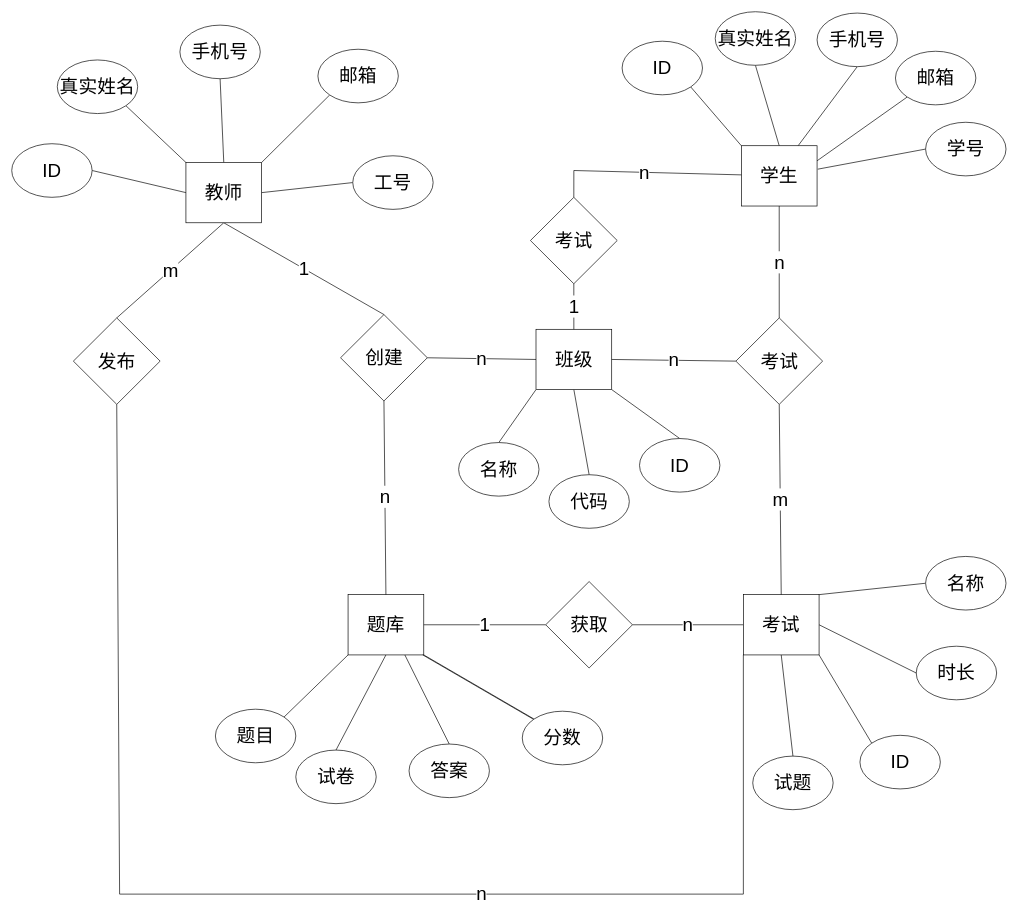
Above: examinationSystemVue/src/4-4-1.drawio in Sakeyuan/Web-ExaminationSystem (draw.io), before the change. Source tidied: cells renumbered, new cells numbered last; positions are measured from the earlier drawing's top-left corner, leaving out a move shared by most shapes. Both pictures are drawn from the tidied source at 67%, with x=0, y=0 at pixel (11, 11).
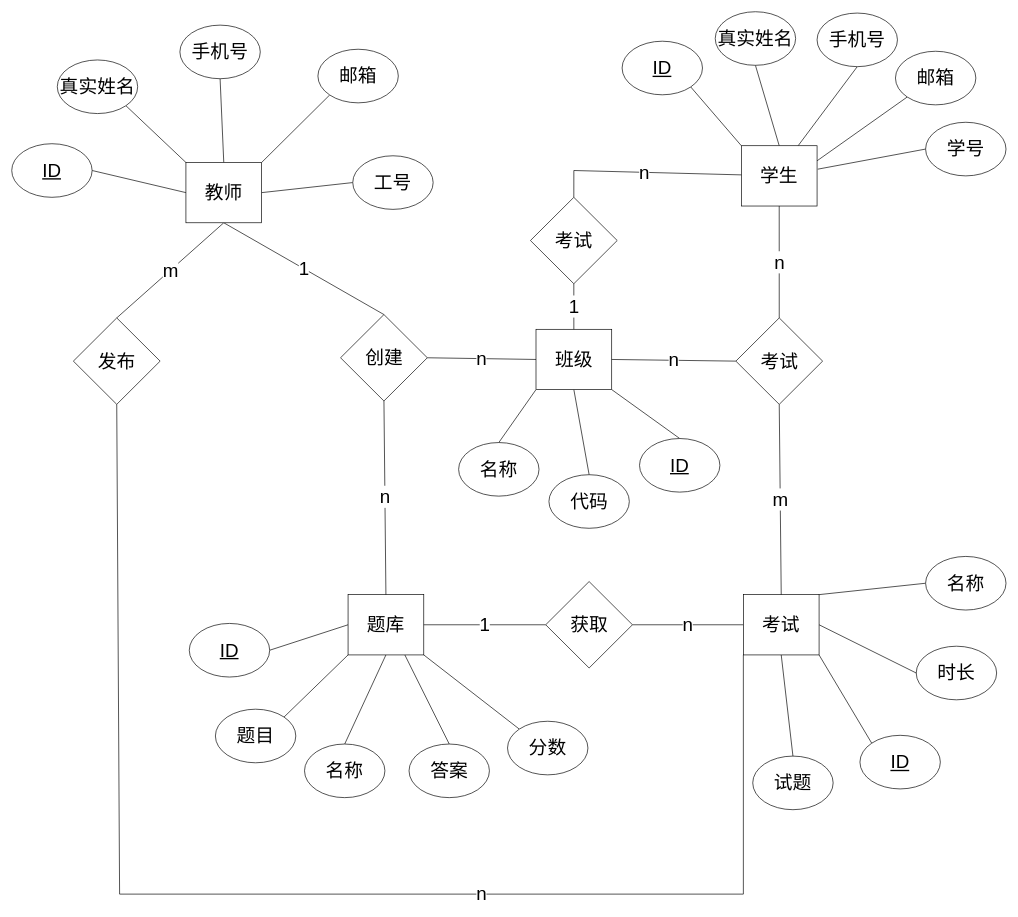
The same page after the edit.

The change refers to these unchanged cells:
```xml
<mxCell id="21" value="题库" style="rounded=0;whiteSpace=wrap;html=1;fontSize=28;fillColor=#FFFFFF;strokeColor=#000000;fontColor=#000000;" parent="1" vertex="1">
  <mxGeometry x="502" y="870" width="113" height="90" as="geometry" />
</mxCell>
```

Change to the diagram source:
```diff
@@
-    <mxCell id="9" value="ID" style="ellipse;whiteSpace=wrap;html=1;fontSize=28;fillColor=#FFFFFF;strokeColor=#000000;fontColor=#000000;" parent="1" vertex="1">
+    <mxCell id="9" value="&lt;u&gt;ID&lt;/u&gt;" style="ellipse;whiteSpace=wrap;html=1;fontSize=28;fillColor=#FFFFFF;strokeColor=#000000;fontColor=#000000;" parent="1" vertex="1">
       <mxGeometry x="911" y="44" width="120" height="80" as="geometry" />
     </mxCell>
@@
-    <mxCell id="15" value="ID" style="ellipse;whiteSpace=wrap;html=1;fontSize=28;fillColor=#FFFFFF;strokeColor=#000000;fontColor=#000000;" parent="1" vertex="1">
+    <mxCell id="15" value="&lt;u&gt;ID&lt;/u&gt;" style="ellipse;whiteSpace=wrap;html=1;fontSize=28;fillColor=#FFFFFF;strokeColor=#000000;fontColor=#000000;" parent="1" vertex="1">
       <mxGeometry x="1266" y="1080" width="120" height="80" as="geometry" />
     </mxCell>
@@
+    <mxCell id="67" style="edgeStyle=none;html=1;exitX=0;exitY=0.5;exitDx=0;exitDy=0;entryX=1;entryY=0.5;entryDx=0;entryDy=0;endArrow=none;endFill=0;strokeColor=#000000;" parent="1" edge="1" source="21" target="68">
+      <mxGeometry relative="1" as="geometry" />
+    </mxCell>
@@
-    <mxCell id="36" value="ID" style="ellipse;whiteSpace=wrap;html=1;fontSize=28;fillColor=#FFFFFF;strokeColor=#000000;fontColor=#000000;" parent="1" vertex="1">
+    <mxCell id="36" value="&lt;u&gt;ID&lt;/u&gt;" style="ellipse;whiteSpace=wrap;html=1;fontSize=28;fillColor=#FFFFFF;strokeColor=#000000;fontColor=#000000;" parent="1" vertex="1">
       <mxGeometry y="197" width="120" height="80" as="geometry" />
     </mxCell>
@@
-    <mxCell id="48" value="试卷" style="ellipse;whiteSpace=wrap;html=1;fontSize=28;fillColor=#FFFFFF;strokeColor=#000000;fontColor=#000000;" parent="1" vertex="1">
-      <mxGeometry x="424" y="1102" width="120" height="80" as="geometry" />
+    <mxCell id="48" value="名称" style="ellipse;whiteSpace=wrap;html=1;fontSize=28;fillColor=#FFFFFF;strokeColor=#000000;fontColor=#000000;" parent="1" vertex="1">
+      <mxGeometry x="437" y="1093" width="120" height="80" as="geometry" />
     </mxCell>
@@
     <mxCell id="50" value="分数" style="ellipse;whiteSpace=wrap;html=1;fontSize=28;fillColor=#FFFFFF;strokeColor=#000000;fontColor=#000000;" parent="1" vertex="1">
-      <mxGeometry x="762" y="1044" width="120" height="80" as="geometry" />
+      <mxGeometry x="740" y="1059" width="120" height="80" as="geometry" />
     </mxCell>
@@
-    <mxCell id="53" style="edgeStyle=none;html=1;exitX=1;exitY=1;exitDx=0;exitDy=0;entryX=0;entryY=0;entryDx=0;entryDy=0;strokeColor=#000000;fontSize=28;endArrow=none;endFill=0;" parent="1" edge="1">
-      <mxGeometry relative="1" as="geometry">
-        <mxPoint x="613.5" y="960" as="sourcePoint" />
-        <mxPoint x="778.1" y="1055.7" as="targetPoint" />
-      </mxGeometry>
-    </mxCell>
@@
-    <mxCell id="66" value="ID" style="ellipse;whiteSpace=wrap;html=1;fontSize=28;fillColor=#FFFFFF;strokeColor=#000000;fontColor=#000000;" parent="1" vertex="1">
+    <mxCell id="66" value="&lt;u&gt;ID&lt;/u&gt;" style="ellipse;whiteSpace=wrap;html=1;fontSize=28;fillColor=#FFFFFF;strokeColor=#000000;fontColor=#000000;" parent="1" vertex="1">
       <mxGeometry x="937" y="637" width="120" height="80" as="geometry" />
     </mxCell>
+    <mxCell id="68" value="&lt;u&gt;ID&lt;/u&gt;" style="ellipse;whiteSpace=wrap;html=1;fontSize=28;fillColor=#FFFFFF;strokeColor=#000000;fontColor=#000000;" parent="1" vertex="1">
+      <mxGeometry x="265" y="913" width="120" height="80" as="geometry" />
+    </mxCell>
```
